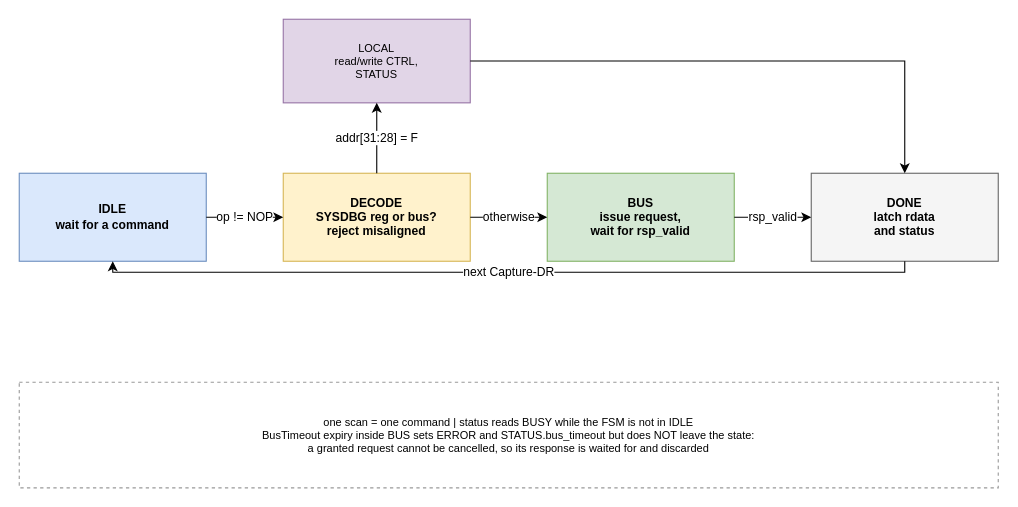
Above: page "SYSDBG command FSM" (3 of 5) of doc/drawio/QNSC_SYSDBG_Design.drawio in quynhonsemiconductor/vlsi_deep_training (draw.io), before the change. Source tidied: cells renumbered, new cells numbered last; positions are measured from the earlier drawing's top-left corner, leaving out a move shared by most shapes. Both pictures are drawn from the tidied source at 110%, with x=0, y=0 at pixel (19, 19).
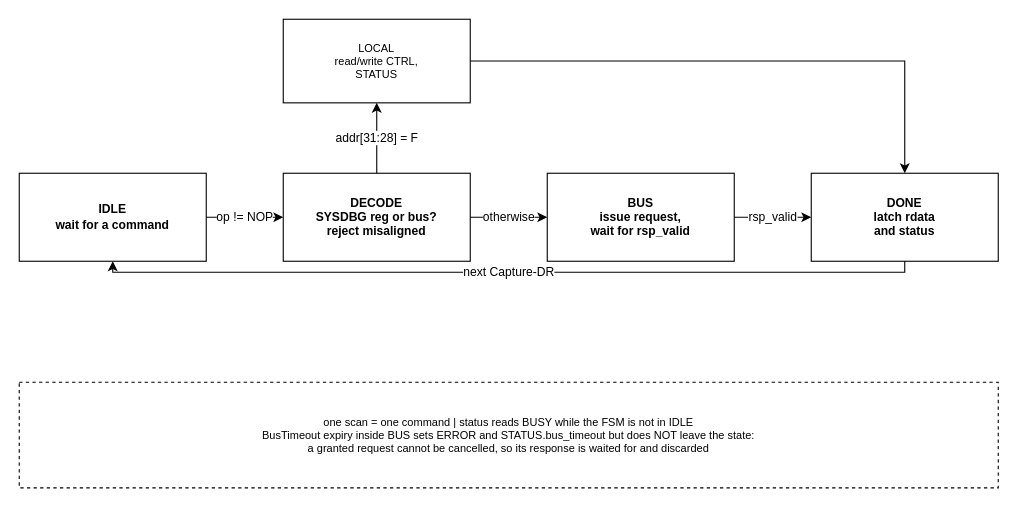
After the change.

The edit, as a diff of the source:
```diff
@@
 <mxGraphModel>
   <root>
     <mxCell id="0" />
     <mxCell id="1" parent="0" />
-    <mxCell id="2" value="IDLE&#10;wait for a command" style="rounded=0;whiteSpace=wrap;html=1;fillColor=#dae8fc;strokeColor=#6c8ebf;fontSize=11;dashed=0;fontStyle=1;verticalAlign=middle;" parent="1" vertex="1">
+    <mxCell id="2" value="IDLE&#10;wait for a command" style="rounded=0;whiteSpace=wrap;html=1;fillColor=#ffffff;strokeColor=#000000;fontSize=11;dashed=0;fontStyle=1;verticalAlign=middle;" parent="1" vertex="1">
       <mxGeometry y="140" width="170" height="80" as="geometry" />
     </mxCell>
-    <mxCell id="3" value="DECODE&#10;SYSDBG reg or bus?&#10;reject misaligned" style="rounded=0;whiteSpace=wrap;html=1;fillColor=#fff2cc;strokeColor=#d6b656;fontSize=11;dashed=0;fontStyle=1;verticalAlign=middle;" parent="1" vertex="1">
+    <mxCell id="3" value="DECODE&#10;SYSDBG reg or bus?&#10;reject misaligned" style="rounded=0;whiteSpace=wrap;html=1;fillColor=#ffffff;strokeColor=#000000;fontSize=11;dashed=0;fontStyle=1;verticalAlign=middle;" parent="1" vertex="1">
       <mxGeometry x="240" y="140" width="170" height="80" as="geometry" />
     </mxCell>
-    <mxCell id="4" value="LOCAL&#10;read/write CTRL,&#10;STATUS" style="rounded=0;whiteSpace=wrap;html=1;fillColor=#e1d5e7;strokeColor=#9673a6;fontSize=10;dashed=0;verticalAlign=middle;" parent="1" vertex="1">
+    <mxCell id="4" value="LOCAL&#10;read/write CTRL,&#10;STATUS" style="rounded=0;whiteSpace=wrap;html=1;fillColor=#ffffff;strokeColor=#000000;fontSize=10;dashed=0;verticalAlign=middle;" parent="1" vertex="1">
       <mxGeometry x="240" width="170" height="76" as="geometry" />
     </mxCell>
-    <mxCell id="5" value="BUS&#10;issue request,&#10;wait for rsp_valid" style="rounded=0;whiteSpace=wrap;html=1;fillColor=#d5e8d4;strokeColor=#82b366;fontSize=11;dashed=0;fontStyle=1;verticalAlign=middle;" parent="1" vertex="1">
+    <mxCell id="5" value="BUS&#10;issue request,&#10;wait for rsp_valid" style="rounded=0;whiteSpace=wrap;html=1;fillColor=#ffffff;strokeColor=#000000;fontSize=11;dashed=0;fontStyle=1;verticalAlign=middle;" parent="1" vertex="1">
       <mxGeometry x="480" y="140" width="170" height="80" as="geometry" />
     </mxCell>
-    <mxCell id="6" value="DONE&#10;latch rdata&#10;and status" style="rounded=0;whiteSpace=wrap;html=1;fillColor=#f5f5f5;strokeColor=#666666;fontSize=11;dashed=0;fontStyle=1;verticalAlign=middle;" parent="1" vertex="1">
+    <mxCell id="6" value="DONE&#10;latch rdata&#10;and status" style="rounded=0;whiteSpace=wrap;html=1;fillColor=#ffffff;strokeColor=#000000;fontSize=11;dashed=0;fontStyle=1;verticalAlign=middle;" parent="1" vertex="1">
       <mxGeometry x="720" y="140" width="170" height="80" as="geometry" />
     </mxCell>
-    <mxCell id="7" value="one scan = one command   |   status reads BUSY while the FSM is not in IDLE&#10;BusTimeout expiry inside BUS sets ERROR and STATUS.bus_timeout but does NOT leave the state:&#10;a granted request cannot be cancelled, so its response is waited for and discarded" style="rounded=0;whiteSpace=wrap;html=1;fillColor=none;strokeColor=#999999;fontSize=10;dashed=1;verticalAlign=middle;" parent="1" vertex="1">
+    <mxCell id="7" value="one scan = one command   |   status reads BUSY while the FSM is not in IDLE&#10;BusTimeout expiry inside BUS sets ERROR and STATUS.bus_timeout but does NOT leave the state:&#10;a granted request cannot be cancelled, so its response is waited for and discarded" style="rounded=0;whiteSpace=wrap;html=1;fillColor=none;strokeColor=#000000;fontSize=10;dashed=1;verticalAlign=middle;" parent="1" vertex="1">
       <mxGeometry y="330" width="890" height="96" as="geometry" />
     </mxCell>
     <mxCell id="8" value="op != NOP" style="edgeStyle=orthogonalEdgeStyle;rounded=0;html=1;exitX=1.0;exitY=0.5;entryX=0.0;entryY=0.5;exitDx=0;exitDy=0;entryDx=0;entryDy=0;" parent="1" edge="1" source="2" target="3">
       <mxGeometry relative="1" as="geometry" />
     </mxCell>
     <mxCell id="9" value="addr[31:28] = F" style="edgeStyle=orthogonalEdgeStyle;rounded=0;html=1;exitX=0.5;exitY=0.0;entryX=0.5;entryY=1.0;exitDx=0;exitDy=0;entryDx=0;entryDy=0;" parent="1" edge="1" source="3" target="4">
       <mxGeometry relative="1" as="geometry" />
     </mxCell>
     <mxCell id="10" value="otherwise" style="edgeStyle=orthogonalEdgeStyle;rounded=0;html=1;exitX=1.0;exitY=0.5;entryX=0.0;entryY=0.5;exitDx=0;exitDy=0;entryDx=0;entryDy=0;" parent="1" edge="1" source="3" target="5">
       <mxGeometry relative="1" as="geometry" />
     </mxCell>
     <mxCell id="11" style="edgeStyle=orthogonalEdgeStyle;rounded=0;html=1;exitX=1.0;exitY=0.5;entryX=0.5;entryY=0.0;exitDx=0;exitDy=0;entryDx=0;entryDy=0;" parent="1" edge="1" source="4" target="6">
       <mxGeometry relative="1" as="geometry" />
     </mxCell>
     <mxCell id="12" value="rsp_valid" style="edgeStyle=orthogonalEdgeStyle;rounded=0;html=1;exitX=1.0;exitY=0.5;entryX=0.0;entryY=0.5;exitDx=0;exitDy=0;entryDx=0;entryDy=0;" parent="1" edge="1" source="5" target="6">
       <mxGeometry relative="1" as="geometry" />
     </mxCell>
     <mxCell id="13" value="next Capture-DR" style="edgeStyle=orthogonalEdgeStyle;rounded=0;html=1;exitX=0.5;exitY=1.0;entryX=0.5;entryY=1.0;exitDx=0;exitDy=0;entryDx=0;entryDy=0;" parent="1" edge="1" source="6" target="2">
       <mxGeometry relative="1" as="geometry" />
     </mxCell>
   </root>
 </mxGraphModel>
```
